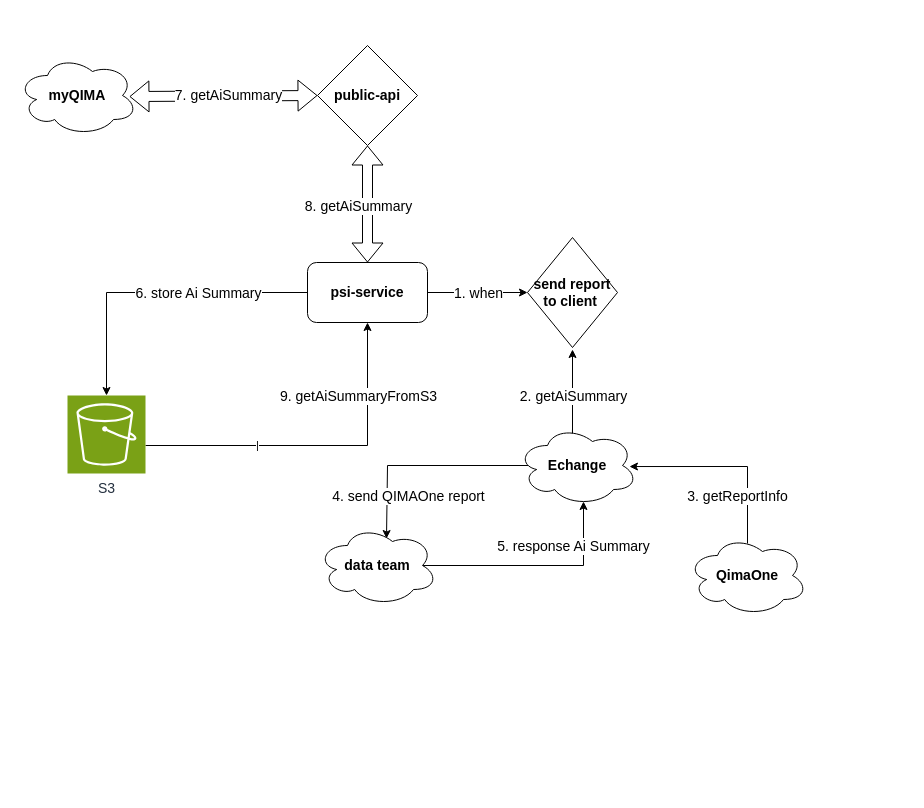
johnApp86/diagrams keeps this draw.io diagram as AI Summary.drawio. Above is the earlier version. Source tidied: cells renumbered, new cells numbered last; positions are measured from the earlier drawing's top-left corner, leaving out a move shared by most shapes. Both pictures are drawn from the tidied source at 100%, with x=0, y=0 at pixel (17, 45).
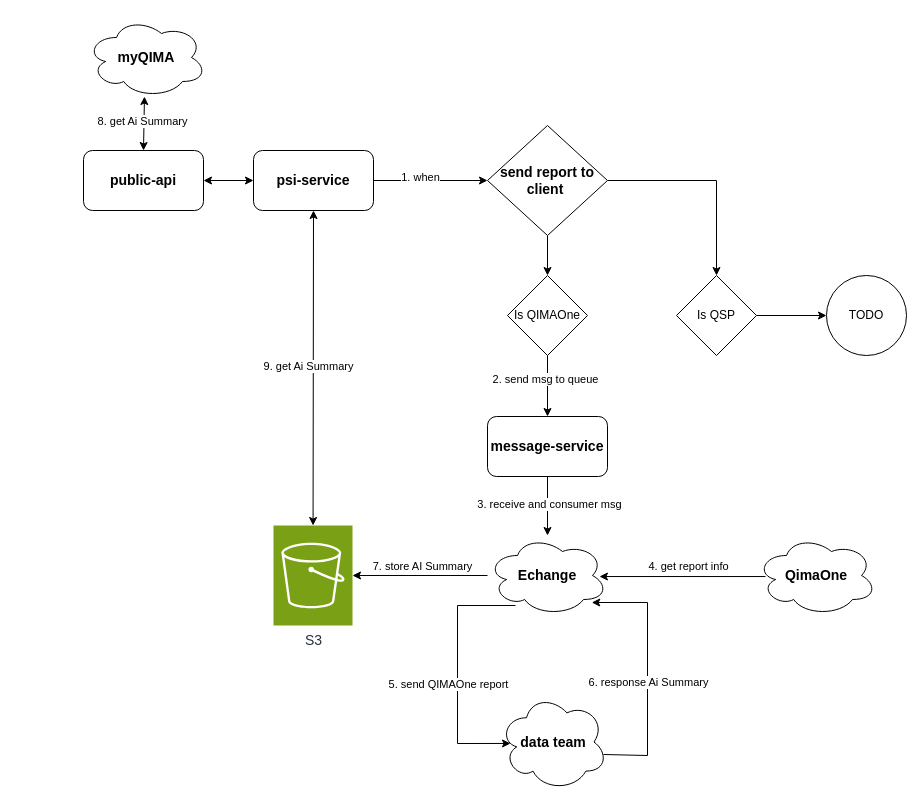
Above is the later version.

Diff of the diagram source:
```diff
@@
     <mxCell id="2" value="myQIMA" style="ellipse;shape=cloud;whiteSpace=wrap;html=1;fontSize=14;fontStyle=1;" parent="1" vertex="1">
-      <mxGeometry y="10" width="120" height="80" as="geometry" />
+      <mxGeometry x="69" y="-28" width="120" height="80" as="geometry" />
     </mxCell>
-    <mxCell id="3" value="public-api" style="rhombus;whiteSpace=wrap;html=1;fontSize=14;fontStyle=1;" parent="1" vertex="1">
-      <mxGeometry x="300" width="100" height="100" as="geometry" />
-    </mxCell>
-    <mxCell id="4" style="edgeStyle=orthogonalEdgeStyle;rounded=0;jettySize=auto;html=1;" parent="1" edge="1" source="6">
-      <mxGeometry relative="1" as="geometry">
-        <mxPoint x="510" y="247" as="targetPoint" />
-      </mxGeometry>
-    </mxCell>
+    <mxCell id="28" style="edgeStyle=orthogonalEdgeStyle;rounded=0;jettySize=auto;html=1;" parent="1" edge="1" source="6" target="24">
+      <mxGeometry relative="1" as="geometry" />
+    </mxCell>
-    <mxCell id="5" value="1. when" style="edgeLabel;html=1;align=center;verticalAlign=middle;fontSize=14;" parent="4" vertex="1">
-      <mxGeometry x="-0.28" relative="1" as="geometry">
-        <mxPoint x="14" as="offset" />
-      </mxGeometry>
+    <mxCell id="5" value="1. when" style="edgeLabel;html=1;align=center;verticalAlign=middle;" parent="28" vertex="1">
+      <mxGeometry x="-0.2" y="4" relative="1" as="geometry" />
     </mxCell>
     <mxCell id="6" value="psi-service" style="rounded=1;whiteSpace=wrap;html=1;fontStyle=1;fontSize=14;" parent="1" vertex="1">
-      <mxGeometry x="290" y="217" width="120" height="60" as="geometry" />
+      <mxGeometry x="236" y="105" width="120" height="60" as="geometry" />
     </mxCell>
-    <mxCell id="7" style="shape=flexArrow;endArrow=classic;startArrow=classic;html=1;rounded=0;entryX=0.5;entryY=0;entryDx=0;entryDy=0;" parent="1" edge="1" source="3" target="6">
-      <mxGeometry relative="1" as="geometry" />
-    </mxCell>
-    <mxCell id="8" value="&lt;span style=&quot;font-size: 14px;&quot;&gt;8. getAiSummary&lt;/span&gt;" style="edgeLabel;html=1;align=center;verticalAlign=middle;" parent="7" vertex="1">
-      <mxGeometry x="-0.11" y="-1" relative="1" as="geometry">
-        <mxPoint x="-9" y="8" as="offset" />
-      </mxGeometry>
-    </mxCell>
-    <mxCell id="9" style="shape=flexArrow;endArrow=classic;startArrow=classic;html=1;rounded=0;entryX=0;entryY=0.5;entryDx=0;entryDy=0;exitX=0.933;exitY=0.513;exitDx=0;exitDy=0;exitPerimeter=0;" parent="1" edge="1" source="2" target="3">
-      <mxGeometry relative="1" as="geometry" />
-    </mxCell>
-    <mxCell id="10" value="7. getAiSummary" style="edgeLabel;html=1;align=center;verticalAlign=middle;fontSize=14;" parent="9" vertex="1">
-      <mxGeometry x="-0.11" y="-1" relative="1" as="geometry">
-        <mxPoint x="15" y="-2" as="offset" />
-      </mxGeometry>
-    </mxCell>
-    <mxCell id="11" style="edgeStyle=orthogonalEdgeStyle;rounded=0;jettySize=auto;html=1;exitX=0.875;exitY=0.5;exitDx=0;exitDy=0;exitPerimeter=0;entryX=0.55;entryY=0.95;entryDx=0;entryDy=0;entryPerimeter=0;" parent="1" edge="1" source="13" target="27">
+    <mxCell id="11" style="edgeStyle=orthogonalEdgeStyle;rounded=0;jettySize=auto;html=1;exitX=0.963;exitY=0.629;exitDx=0;exitDy=0;exitPerimeter=0;" parent="1" edge="1" source="13" target="27">
       <mxGeometry relative="1" as="geometry">
         <Array as="points">
-          <mxPoint x="566" y="520" />
+          <mxPoint x="630" y="710" />
+          <mxPoint x="630" y="557" />
         </Array>
       </mxGeometry>
     </mxCell>
-    <mxCell id="12" value="5. response Ai Summary" style="edgeLabel;html=1;align=center;verticalAlign=middle;fontSize=14;" parent="11" vertex="1">
-      <mxGeometry x="0.05" y="-2" relative="1" as="geometry">
-        <mxPoint x="32" y="-22" as="offset" />
-      </mxGeometry>
-    </mxCell>
+    <mxCell id="29" value="&lt;font&gt;6. response Ai Summary&lt;/font&gt;" style="edgeLabel;html=1;align=center;verticalAlign=middle;fontStyle=0;" parent="11" vertex="1">
+      <mxGeometry x="-0.07" y="-2" relative="1" as="geometry">
+        <mxPoint x="-2" as="offset" />
+      </mxGeometry>
+    </mxCell>
     <mxCell id="13" value="data team" style="ellipse;shape=cloud;whiteSpace=wrap;html=1;fontSize=14;rounded=1;fontStyle=1;" parent="1" vertex="1">
-      <mxGeometry x="300" y="480" width="120" height="80" as="geometry" />
+      <mxGeometry x="482" y="648" width="108" height="97" as="geometry" />
     </mxCell>
-    <mxCell id="14" style="edgeStyle=orthogonalEdgeStyle;rounded=0;jettySize=auto;html=1;exitX=0.458;exitY=0.05;exitDx=0;exitDy=0;exitPerimeter=0;entryX=0.5;entryY=1;entryDx=0;entryDy=0;" parent="1" edge="1" source="27">
-      <mxGeometry relative="1" as="geometry">
-        <mxPoint x="555" y="304" as="targetPoint" />
-        <Array as="points">
-          <mxPoint x="555" y="414" />
-        </Array>
-      </mxGeometry>
-    </mxCell>
-    <mxCell id="15" value="2. getAiSummary" style="edgeLabel;html=1;align=center;verticalAlign=middle;fontSize=14;" parent="14" vertex="1">
-      <mxGeometry x="0.19" y="1" relative="1" as="geometry">
-        <mxPoint x="1" y="-11" as="offset" />
-      </mxGeometry>
-    </mxCell>
-    <mxCell id="16" style="edgeStyle=orthogonalEdgeStyle;rounded=0;jettySize=auto;html=1;entryX=0.933;entryY=0.513;entryDx=0;entryDy=0;entryPerimeter=0;exitX=0.5;exitY=0.1;exitDx=0;exitDy=0;exitPerimeter=0;" parent="1" edge="1" source="18" target="27">
-      <mxGeometry relative="1" as="geometry">
-        <Array as="points">
-          <mxPoint x="730" y="421" />
-        </Array>
-      </mxGeometry>
+    <mxCell id="16" style="edgeStyle=orthogonalEdgeStyle;rounded=0;jettySize=auto;html=1;entryX=0.933;entryY=0.513;entryDx=0;entryDy=0;entryPerimeter=0;exitX=0.075;exitY=0.513;exitDx=0;exitDy=0;exitPerimeter=0;" parent="1" edge="1" source="18" target="27">
+      <mxGeometry relative="1" as="geometry" />
     </mxCell>
-    <mxCell id="17" value="3. getReportInfo" style="edgeLabel;html=1;align=center;verticalAlign=middle;fontSize=14;" parent="16" vertex="1">
+    <mxCell id="17" value="4. get report info" style="edgeLabel;html=1;align=center;verticalAlign=middle;fontSize=11;" parent="16" vertex="1">
       <mxGeometry x="0.16" y="-3" relative="1" as="geometry">
-        <mxPoint x="26" y="32" as="offset" />
+        <mxPoint x="18" y="-8" as="offset" />
       </mxGeometry>
     </mxCell>
     <mxCell id="18" value="QimaOne" style="ellipse;shape=cloud;whiteSpace=wrap;html=1;fontSize=14;rounded=1;fontStyle=1;" parent="1" vertex="1">
-      <mxGeometry x="670" y="490" width="120" height="80" as="geometry" />
+      <mxGeometry x="739" y="490" width="120" height="80" as="geometry" />
     </mxCell>
-    <mxCell id="19" value="|" style="edgeStyle=orthogonalEdgeStyle;rounded=0;jettySize=auto;html=1;entryX=0.5;entryY=1;entryDx=0;entryDy=0;" parent="1" edge="1" source="21" target="6">
-      <mxGeometry x="-0.35" relative="1" as="geometry">
-        <Array as="points">
-          <mxPoint x="350" y="400" />
-        </Array>
-      </mxGeometry>
-    </mxCell>
-    <mxCell id="20" value="&lt;span style=&quot;font-size: 14px;&quot;&gt;9. getAiSummaryFromS3&lt;/span&gt;" style="edgeLabel;html=1;align=center;verticalAlign=middle;" parent="19" vertex="1">
-      <mxGeometry x="-0.1" y="2" relative="1" as="geometry">
-        <mxPoint x="57" y="-48" as="offset" />
-      </mxGeometry>
-    </mxCell>
     <mxCell id="21" value="&lt;font style=&quot;font-size: 14px;&quot;&gt;S3&lt;/font&gt;" style="sketch=0;points=[[0,0,0],[0.25,0,0],[0.5,0,0],[0.75,0,0],[1,0,0],[0,1,0],[0.25,1,0],[0.5,1,0],[0.75,1,0],[1,1,0],[0,0.25,0],[0,0.5,0],[0,0.75,0],[1,0.25,0],[1,0.5,0],[1,0.75,0]];outlineConnect=0;fontColor=#232F3E;fillColor=#7AA116;strokeColor=#ffffff;dashed=0;verticalLabelPosition=bottom;verticalAlign=top;align=center;html=1;fontSize=12;fontStyle=0;shape=mxgraph.aws4.resourceIcon;resIcon=mxgraph.aws4.s3;" parent="1" vertex="1">
-      <mxGeometry x="50" y="350" width="78" height="78" as="geometry" />
+      <mxGeometry x="256" y="480" width="79" height="100" as="geometry" />
     </mxCell>
-    <mxCell id="22" style="edgeStyle=orthogonalEdgeStyle;rounded=0;jettySize=auto;html=1;entryX=0.5;entryY=0;entryDx=0;entryDy=0;entryPerimeter=0;" parent="1" edge="1" source="6" target="21">
-      <mxGeometry relative="1" as="geometry" />
-    </mxCell>
-    <mxCell id="23" value="6. store Ai Summary" style="edgeLabel;html=1;align=center;verticalAlign=middle;fontSize=14;" parent="22" vertex="1">
-      <mxGeometry x="-0.06" y="-2" relative="1" as="geometry">
-        <mxPoint x="33" y="2" as="offset" />
-      </mxGeometry>
-    </mxCell>
+    <mxCell id="30" style="edgeStyle=orthogonalEdgeStyle;rounded=0;jettySize=auto;html=1;exitX=1;exitY=0.5;exitDx=0;exitDy=0;" parent="1" edge="1" source="24" target="38">
+      <mxGeometry relative="1" as="geometry" />
+    </mxCell>
+    <mxCell id="31" style="edgeStyle=orthogonalEdgeStyle;rounded=0;jettySize=auto;html=1;" parent="1" edge="1" source="24" target="36">
+      <mxGeometry relative="1" as="geometry" />
+    </mxCell>
     <mxCell id="24" value="&lt;span style=&quot;font-size: 14px; font-weight: 700;&quot;&gt;send report to client&amp;nbsp;&lt;/span&gt;" style="rhombus;whiteSpace=wrap;html=1;" parent="1" vertex="1">
-      <mxGeometry x="510" y="192" width="90" height="110" as="geometry" />
+      <mxGeometry x="470" y="80" width="120" height="110" as="geometry" />
     </mxCell>
-    <mxCell id="25" style="edgeStyle=orthogonalEdgeStyle;rounded=0;jettySize=auto;html=1;exitX=0.16;exitY=0.55;exitDx=0;exitDy=0;exitPerimeter=0;entryX=0.575;entryY=0.163;entryDx=0;entryDy=0;entryPerimeter=0;" parent="1" edge="1" target="13">
+    <mxCell id="25" style="edgeStyle=orthogonalEdgeStyle;rounded=0;jettySize=auto;html=1;exitX=0.233;exitY=0.875;exitDx=0;exitDy=0;exitPerimeter=0;entryX=0.102;entryY=0.515;entryDx=0;entryDy=0;entryPerimeter=0;" parent="1" edge="1" source="27" target="13">
       <mxGeometry relative="1" as="geometry">
-        <mxPoint x="519.2" y="414" as="sourcePoint" />
         <Array as="points">
-          <mxPoint x="519" y="420" />
-          <mxPoint x="370" y="420" />
+          <mxPoint x="440" y="560" />
+          <mxPoint x="440" y="698" />
         </Array>
       </mxGeometry>
     </mxCell>
-    <mxCell id="26" value="4. send QIMAOne report" style="edgeLabel;html=1;align=center;verticalAlign=middle;fontSize=14;" parent="25" vertex="1">
+    <mxCell id="26" value="5. send QIMAOne report" style="edgeLabel;html=1;align=center;verticalAlign=middle;fontSize=11;" parent="25" vertex="1">
       <mxGeometry x="-0.08" y="-4" relative="1" as="geometry">
-        <mxPoint x="-30" y="34" as="offset" />
+        <mxPoint x="-6" y="21" as="offset" />
       </mxGeometry>
     </mxCell>
+    <mxCell id="32" style="edgeStyle=orthogonalEdgeStyle;rounded=0;jettySize=auto;html=1;" parent="1" edge="1" source="27" target="21">
+      <mxGeometry relative="1" as="geometry" />
+    </mxCell>
+    <mxCell id="33" value="7. store AI Summary" style="edgeLabel;html=1;align=center;verticalAlign=middle;" parent="32" vertex="1">
+      <mxGeometry x="0.19" y="-4" relative="1" as="geometry">
+        <mxPoint x="14" y="-6" as="offset" />
+      </mxGeometry>
+    </mxCell>
     <mxCell id="27" value="Echange" style="ellipse;shape=cloud;whiteSpace=wrap;html=1;fontSize=14;rounded=1;fontStyle=1;" parent="1" vertex="1">
-      <mxGeometry x="500" y="380" width="120" height="80" as="geometry" />
+      <mxGeometry x="470" y="490" width="120" height="80" as="geometry" />
     </mxCell>
+    <mxCell id="34" style="edgeStyle=orthogonalEdgeStyle;rounded=0;jettySize=auto;html=1;" parent="1" edge="1" source="36" target="42">
+      <mxGeometry relative="1" as="geometry" />
+    </mxCell>
+    <mxCell id="35" value="2. send msg to queue" style="edgeLabel;html=1;align=center;verticalAlign=middle;" parent="34" vertex="1">
+      <mxGeometry x="-0.57" y="-3" relative="1" as="geometry">
+        <mxPoint y="10" as="offset" />
+      </mxGeometry>
+    </mxCell>
+    <mxCell id="36" value="Is QIMAOne" style="rhombus;whiteSpace=wrap;html=1;" parent="1" vertex="1">
+      <mxGeometry x="490" y="230" width="80" height="80" as="geometry" />
+    </mxCell>
+    <mxCell id="37" style="edgeStyle=orthogonalEdgeStyle;rounded=0;jettySize=auto;html=1;" parent="1" edge="1" source="38" target="39">
+      <mxGeometry relative="1" as="geometry" />
+    </mxCell>
+    <mxCell id="38" value="Is QSP" style="rhombus;whiteSpace=wrap;html=1;" parent="1" vertex="1">
+      <mxGeometry x="659" y="230" width="80" height="80" as="geometry" />
+    </mxCell>
+    <mxCell id="39" value="TODO" style="ellipse;whiteSpace=wrap;html=1;" parent="1" vertex="1">
+      <mxGeometry x="809" y="230" width="80" height="80" as="geometry" />
+    </mxCell>
+    <mxCell id="40" style="edgeStyle=orthogonalEdgeStyle;rounded=0;jettySize=auto;html=1;" parent="1" edge="1" source="42" target="27">
+      <mxGeometry relative="1" as="geometry" />
+    </mxCell>
+    <mxCell id="41" value="3. receive and&amp;nbsp;consumer msg" style="edgeLabel;html=1;align=center;verticalAlign=middle;" parent="40" vertex="1">
+      <mxGeometry x="-0.29" y="1" relative="1" as="geometry">
+        <mxPoint y="6" as="offset" />
+      </mxGeometry>
+    </mxCell>
+    <mxCell id="42" value="message-service" style="rounded=1;whiteSpace=wrap;html=1;fontSize=14;fontStyle=1;" parent="1" vertex="1">
+      <mxGeometry x="470" y="371" width="120" height="60" as="geometry" />
+    </mxCell>
+    <mxCell id="3" value="public-api" style="rounded=1;whiteSpace=wrap;html=1;fontSize=14;fontStyle=1;" parent="1" vertex="1">
+      <mxGeometry x="66" y="105" width="120" height="60" as="geometry" />
+    </mxCell>
+    <mxCell id="43" style="endArrow=classic;startArrow=classic;html=1;rounded=0;entryX=0.483;entryY=0.988;entryDx=0;entryDy=0;entryPerimeter=0;exitX=0.5;exitY=0;exitDx=0;exitDy=0;" parent="1" edge="1" source="3" target="2">
+      <mxGeometry relative="1" as="geometry" />
+    </mxCell>
+    <mxCell id="44" value="8. get Ai Summary" style="edgeLabel;html=1;align=center;verticalAlign=middle;" parent="43" vertex="1">
+      <mxGeometry x="0.07" y="2" relative="1" as="geometry" />
+    </mxCell>
+    <mxCell id="45" style="endArrow=classic;startArrow=classic;html=1;rounded=0;entryX=1;entryY=0.5;entryDx=0;entryDy=0;exitX=0;exitY=0.5;exitDx=0;exitDy=0;" parent="1" edge="1" source="6" target="3">
+      <mxGeometry relative="1" as="geometry" />
+    </mxCell>
+    <mxCell id="19" style="endArrow=classic;startArrow=classic;html=1;rounded=0;entryX=0.5;entryY=1;entryDx=0;entryDy=0;" parent="1" edge="1" source="21" target="6">
+      <mxGeometry relative="1" as="geometry" />
+    </mxCell>
+    <mxCell id="46" value="9. get Ai Summary" style="edgeLabel;html=1;align=center;verticalAlign=middle;" parent="1" vertex="1">
+      <mxGeometry x="290" y="320" as="geometry" />
+    </mxCell>
```
